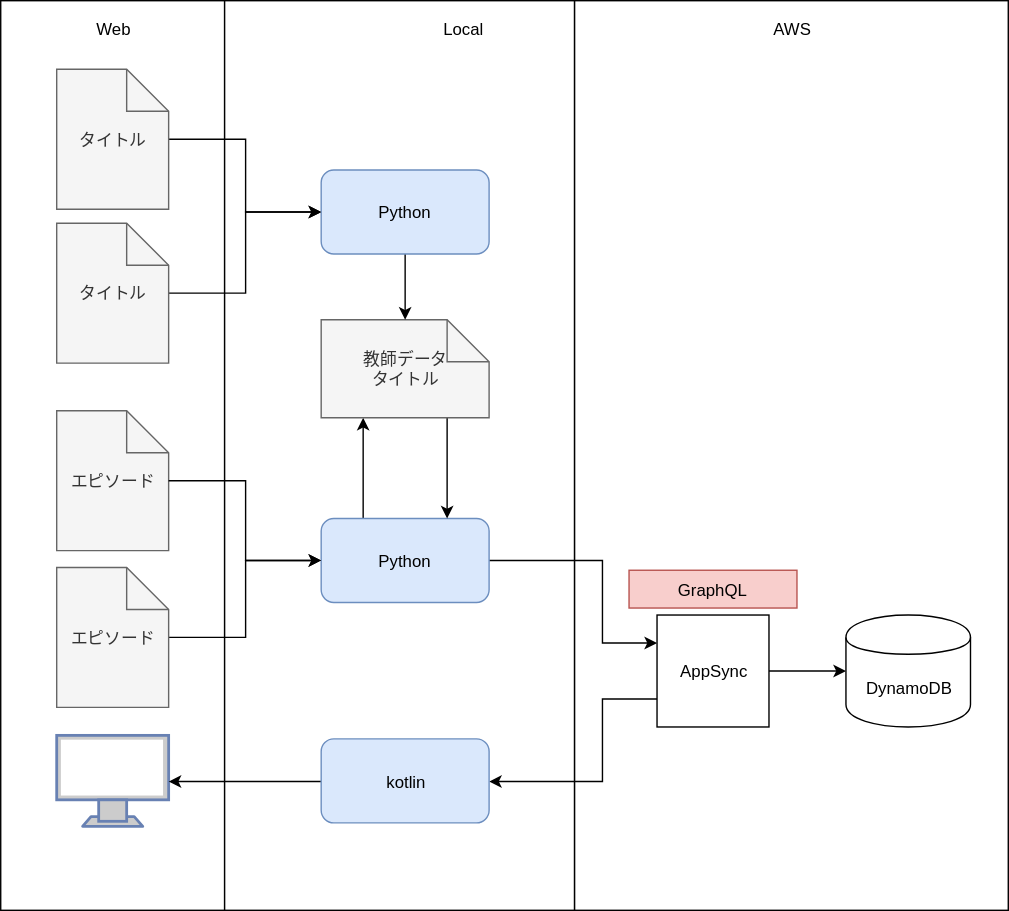
shakamo/booklyn2 keeps this draw.io diagram as Booklyn.svg. Above is the earlier version. Source tidied: cells renumbered, new cells last; positions are measured from the earlier drawing's top-left corner, leaving out a move shared by most shapes.
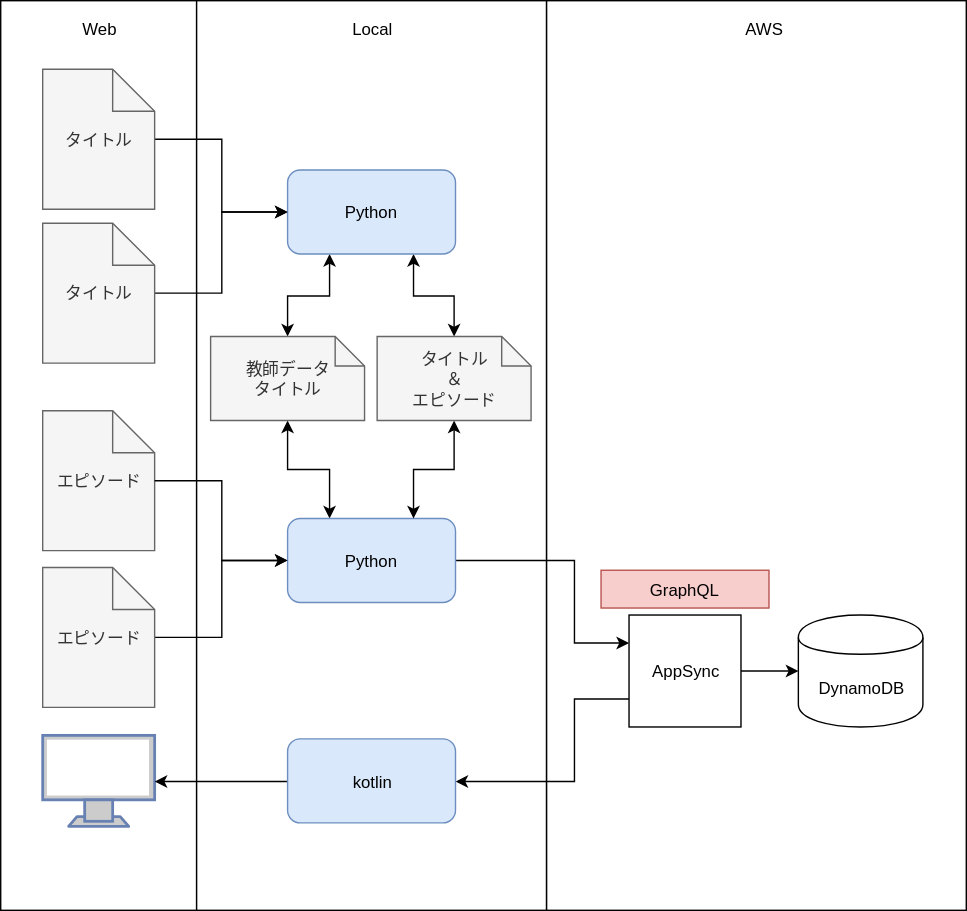
After the change.

What changed in the source:
```diff
@@ -3,16 +3,16 @@
     <mxCell id="0" />
     <mxCell id="1" parent="0" />
     <mxCell id="2" style="rounded=0;whiteSpace=wrap;html=1;" parent="1" vertex="1">
-      <mxGeometry x="410" width="310" height="650" as="geometry" />
+      <mxGeometry x="410" width="300" height="650" as="geometry" />
     </mxCell>
     <mxCell id="3" style="rounded=0;whiteSpace=wrap;html=1;" parent="1" vertex="1">
-      <mxGeometry width="160" height="650" as="geometry" />
+      <mxGeometry x="20" width="140" height="650" as="geometry" />
     </mxCell>
     <mxCell id="4" style="rounded=0;whiteSpace=wrap;html=1;" parent="1" vertex="1">
       <mxGeometry x="160" width="250" height="650" as="geometry" />
     </mxCell>
     <mxCell id="5" value="エピソード" style="shape=note;whiteSpace=wrap;html=1;backgroundOutline=1;fillColor=#f5f5f5;strokeColor=#666666;fontColor=#333333;" parent="1" vertex="1">
-      <mxGeometry x="40" y="293" width="80" height="100" as="geometry" />
+      <mxGeometry x="50" y="293" width="80" height="100" as="geometry" />
     </mxCell>
     <mxCell id="6" style="edgeStyle=orthogonalEdgeStyle;rounded=0;html=1;entryX=0;entryY=0.25;jettySize=auto;exitX=1;exitY=0.5;" parent="1" edge="1" source="8" target="23">
       <mxGeometry relative="1" as="geometry">
@@ -22,44 +22,44 @@
         </Array>
       </mxGeometry>
     </mxCell>
-    <mxCell id="7" style="edgeStyle=orthogonalEdgeStyle;rounded=0;html=1;exitX=0.25;exitY=0;entryX=0.25;entryY=1;jettySize=auto;" parent="1" edge="1" source="8" target="13">
+    <mxCell id="7" style="edgeStyle=orthogonalEdgeStyle;rounded=0;html=1;exitX=0.25;exitY=0;entryX=0.5;entryY=1;jettySize=auto;startArrow=classic;startFill=1;" parent="1" edge="1" source="8" target="13">
       <mxGeometry relative="1" as="geometry" />
     </mxCell>
     <mxCell id="8" value="Python" style="rounded=1;whiteSpace=wrap;html=1;fillColor=#dae8fc;strokeColor=#6c8ebf;" parent="1" vertex="1">
-      <mxGeometry x="229" y="370" width="120" height="60" as="geometry" />
+      <mxGeometry x="225" y="370" width="120" height="60" as="geometry" />
     </mxCell>
     <mxCell id="9" style="edgeStyle=orthogonalEdgeStyle;rounded=0;html=1;entryX=0;entryY=0.5;jettySize=auto;exitX=1;exitY=0.5;" parent="1" edge="1" source="5" target="8">
       <mxGeometry relative="1" as="geometry" />
     </mxCell>
     <mxCell id="10" value="Web" style="text;html=1;strokeColor=none;fillColor=none;align=center;verticalAlign=middle;whiteSpace=wrap;rounded=0;" parent="1" vertex="1">
-      <mxGeometry x="60" y="10" width="40" height="20" as="geometry" />
+      <mxGeometry x="70" y="10" width="40" height="20" as="geometry" />
     </mxCell>
     <mxCell id="11" value="Local" style="text;html=1;strokeColor=none;fillColor=none;align=center;verticalAlign=middle;whiteSpace=wrap;rounded=0;" parent="1" vertex="1">
-      <mxGeometry x="310" y="10" width="40" height="20" as="geometry" />
+      <mxGeometry x="265" y="10" width="40" height="20" as="geometry" />
     </mxCell>
-    <mxCell id="12" style="edgeStyle=orthogonalEdgeStyle;rounded=0;html=1;entryX=0.75;entryY=0;jettySize=auto;exitX=0.75;exitY=1;" parent="1" edge="1" source="13" target="8">
-      <mxGeometry relative="1" as="geometry" />
-    </mxCell>
+    <mxCell id="31" style="edgeStyle=orthogonalEdgeStyle;rounded=0;html=1;entryX=0.25;entryY=1;jettySize=auto;exitX=0.5;exitY=0;startArrow=classic;startFill=1;" parent="1" edge="1" source="13" target="17">
+      <mxGeometry relative="1" as="geometry" />
+    </mxCell>
-    <mxCell id="13" value="教師データ&lt;br&gt;タイトル" style="shape=note;whiteSpace=wrap;html=1;backgroundOutline=1;fillColor=#f5f5f5;strokeColor=#666666;fontColor=#333333;" parent="1" vertex="1">
-      <mxGeometry x="229" y="228" width="120" height="70" as="geometry" />
+    <mxCell id="13" value="教師データ&lt;br&gt;タイトル" style="shape=note;whiteSpace=wrap;html=1;backgroundOutline=1;fillColor=#f5f5f5;strokeColor=#666666;fontColor=#333333;size=21;" parent="1" vertex="1">
+      <mxGeometry x="170" y="240" width="110" height="60" as="geometry" />
     </mxCell>
     <mxCell id="14" style="edgeStyle=orthogonalEdgeStyle;rounded=0;html=1;entryX=0;entryY=0.5;jettySize=auto;" parent="1" edge="1" source="15" target="17">
       <mxGeometry relative="1" as="geometry" />
     </mxCell>
     <mxCell id="15" value="タイトル" style="shape=note;whiteSpace=wrap;html=1;backgroundOutline=1;fillColor=#f5f5f5;strokeColor=#666666;fontColor=#333333;" parent="1" vertex="1">
-      <mxGeometry x="40" y="49" width="80" height="100" as="geometry" />
+      <mxGeometry x="50" y="49" width="80" height="100" as="geometry" />
     </mxCell>
-    <mxCell id="16" style="edgeStyle=orthogonalEdgeStyle;rounded=0;html=1;entryX=0.5;entryY=0;jettySize=auto;exitX=0.5;exitY=1;" parent="1" edge="1" source="17" target="13">
-      <mxGeometry relative="1" as="geometry" />
-    </mxCell>
+    <mxCell id="32" style="edgeStyle=orthogonalEdgeStyle;rounded=0;html=1;entryX=0.5;entryY=0;startArrow=classic;startFill=1;jettySize=auto;exitX=0.75;exitY=1;" parent="1" edge="1" source="17" target="34">
+      <mxGeometry relative="1" as="geometry" />
+    </mxCell>
     <mxCell id="17" value="Python" style="rounded=1;whiteSpace=wrap;html=1;fillColor=#dae8fc;strokeColor=#6c8ebf;" parent="1" vertex="1">
-      <mxGeometry x="229" y="121" width="120" height="60" as="geometry" />
+      <mxGeometry x="225" y="121" width="120" height="60" as="geometry" />
     </mxCell>
     <mxCell id="18" style="edgeStyle=orthogonalEdgeStyle;rounded=0;html=1;exitX=1;exitY=0.5;jettySize=auto;entryX=0;entryY=0.5;" parent="1" edge="1" source="19" target="17">
       <mxGeometry relative="1" as="geometry" />
     </mxCell>
     <mxCell id="19" value="タイトル" style="shape=note;whiteSpace=wrap;html=1;backgroundOutline=1;fillColor=#f5f5f5;strokeColor=#666666;fontColor=#333333;" parent="1" vertex="1">
-      <mxGeometry x="40" y="159" width="80" height="100" as="geometry" />
+      <mxGeometry x="50" y="159" width="80" height="100" as="geometry" />
     </mxCell>
     <mxCell id="20" value="AWS" style="text;html=1;strokeColor=none;fillColor=none;align=center;verticalAlign=middle;whiteSpace=wrap;rounded=0;" parent="1" vertex="1">
       <mxGeometry x="545" y="10" width="40" height="20" as="geometry" />
@@ -79,25 +79,31 @@
       <mxGeometry x="469" y="439" width="80" height="80" as="geometry" />
     </mxCell>
     <mxCell id="24" value="DynamoDB" style="shape=cylinder;whiteSpace=wrap;html=1;boundedLbl=1;backgroundOutline=1;" parent="1" vertex="1">
-      <mxGeometry x="604" y="439" width="89" height="80" as="geometry" />
+      <mxGeometry x="590" y="439" width="89" height="80" as="geometry" />
     </mxCell>
     <mxCell id="25" value="GraphQL" style="rounded=0;whiteSpace=wrap;html=1;fillColor=#f8cecc;strokeColor=#b85450;" parent="1" vertex="1">
       <mxGeometry x="449" y="407" width="120" height="27" as="geometry" />
     </mxCell>
     <mxCell id="26" style="fontColor=#0066CC;verticalAlign=top;verticalLabelPosition=bottom;labelPosition=center;align=center;html=1;outlineConnect=0;fillColor=#CCCCCC;strokeColor=#6881B3;gradientColor=none;gradientDirection=north;strokeWidth=2;shape=mxgraph.networks.monitor;" parent="1" vertex="1">
-      <mxGeometry x="40" y="525" width="80" height="65" as="geometry" />
+      <mxGeometry x="50" y="525" width="80" height="65" as="geometry" />
     </mxCell>
     <mxCell id="27" style="edgeStyle=orthogonalEdgeStyle;rounded=0;html=1;entryX=1;entryY=0.5;entryPerimeter=0;jettySize=auto;" parent="1" edge="1" source="28" target="26">
       <mxGeometry relative="1" as="geometry" />
     </mxCell>
     <mxCell id="28" value="kotlin" style="rounded=1;whiteSpace=wrap;html=1;fillColor=#dae8fc;strokeColor=#6c8ebf;" parent="1" vertex="1">
-      <mxGeometry x="229" y="527.5" width="120" height="60" as="geometry" />
+      <mxGeometry x="225" y="527.5" width="120" height="60" as="geometry" />
     </mxCell>
     <mxCell id="29" style="edgeStyle=orthogonalEdgeStyle;rounded=0;html=1;entryX=0;entryY=0.5;jettySize=auto;" parent="1" edge="1" source="30" target="8">
       <mxGeometry relative="1" as="geometry" />
     </mxCell>
     <mxCell id="30" value="エピソード" style="shape=note;whiteSpace=wrap;html=1;backgroundOutline=1;fillColor=#f5f5f5;strokeColor=#666666;fontColor=#333333;" parent="1" vertex="1">
-      <mxGeometry x="40" y="405" width="80" height="100" as="geometry" />
+      <mxGeometry x="50" y="405" width="80" height="100" as="geometry" />
     </mxCell>
+    <mxCell id="33" style="edgeStyle=orthogonalEdgeStyle;rounded=0;html=1;entryX=0.75;entryY=0;startArrow=classic;startFill=1;jettySize=auto;" parent="1" edge="1" source="34" target="8">
+      <mxGeometry relative="1" as="geometry" />
+    </mxCell>
+    <mxCell id="34" value="タイトル&lt;br&gt;＆&lt;br&gt;エピソード&lt;br&gt;" style="shape=note;whiteSpace=wrap;html=1;backgroundOutline=1;fillColor=#f5f5f5;strokeColor=#666666;fontColor=#333333;size=21;" parent="1" vertex="1">
+      <mxGeometry x="289" y="240" width="110" height="60" as="geometry" />
+    </mxCell>
   </root>
 </mxGraphModel>
```
